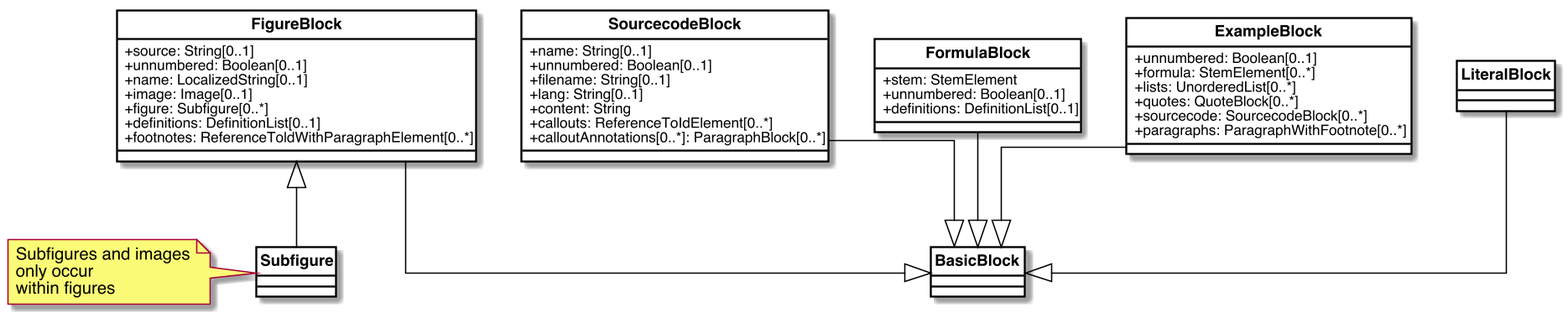
Before: images/AncillaryBlocks.png, a diagram exported from PlantUML (metanorma/basicdoc-models).
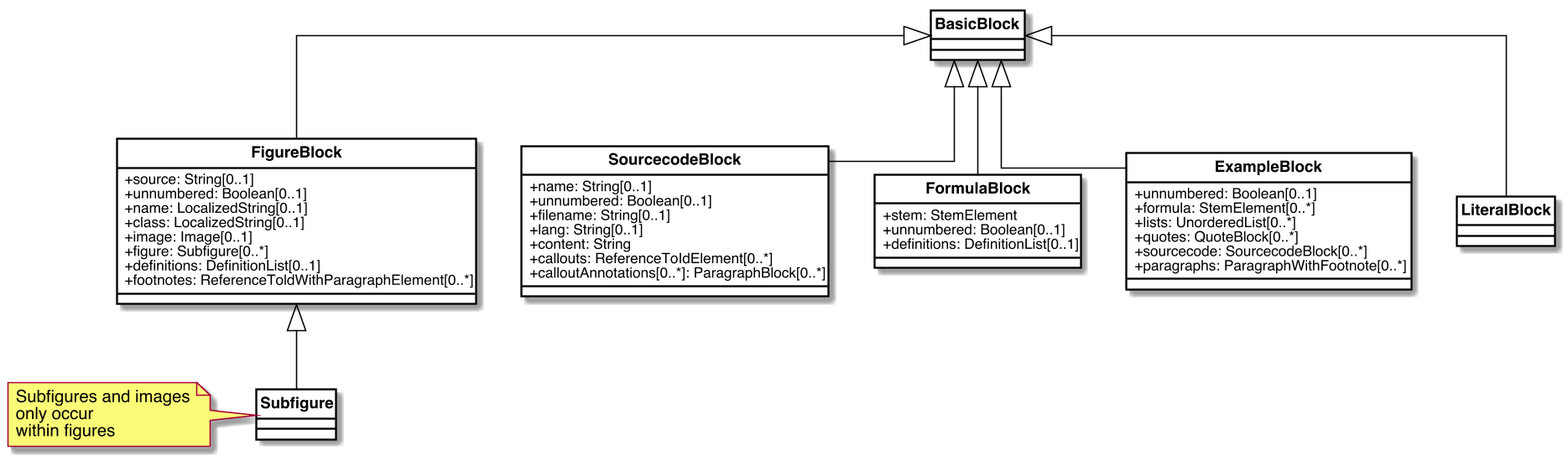
Later version of the same file.

Diff of the diagram source:
```diff
@@ -47,6 +47,7 @@
     +source: String[0..1]
     +unnumbered: Boolean[0..1]
     +name: LocalizedString[0..1]
+    +class: LocalizedString[0..1]
     +image: Image[0..1]
     +figure: Subfigure[0..*]
     +definitions: DefinitionList[0..1]
@@ -84,12 +85,12 @@
 
 note left of Subfigure : Subfigures and images\nonly occur\nwithin figures
 
-FigureBlock --|> BasicBlock
-LiteralBlock --|> BasicBlock
-SourcecodeBlock --|> BasicBlock
-FormulaBlock --|> BasicBlock
-ExampleBlock --|> BasicBlock
+FigureBlock -up-|> BasicBlock
+LiteralBlock -up-|> BasicBlock
+SourcecodeBlock -up-|> BasicBlock
+FormulaBlock -up-|> BasicBlock
+ExampleBlock -up-|> BasicBlock
 
-FigureBlock <|-- Subfigure
+Subfigure -up-|> FigureBlock
 
 @enduml
```
